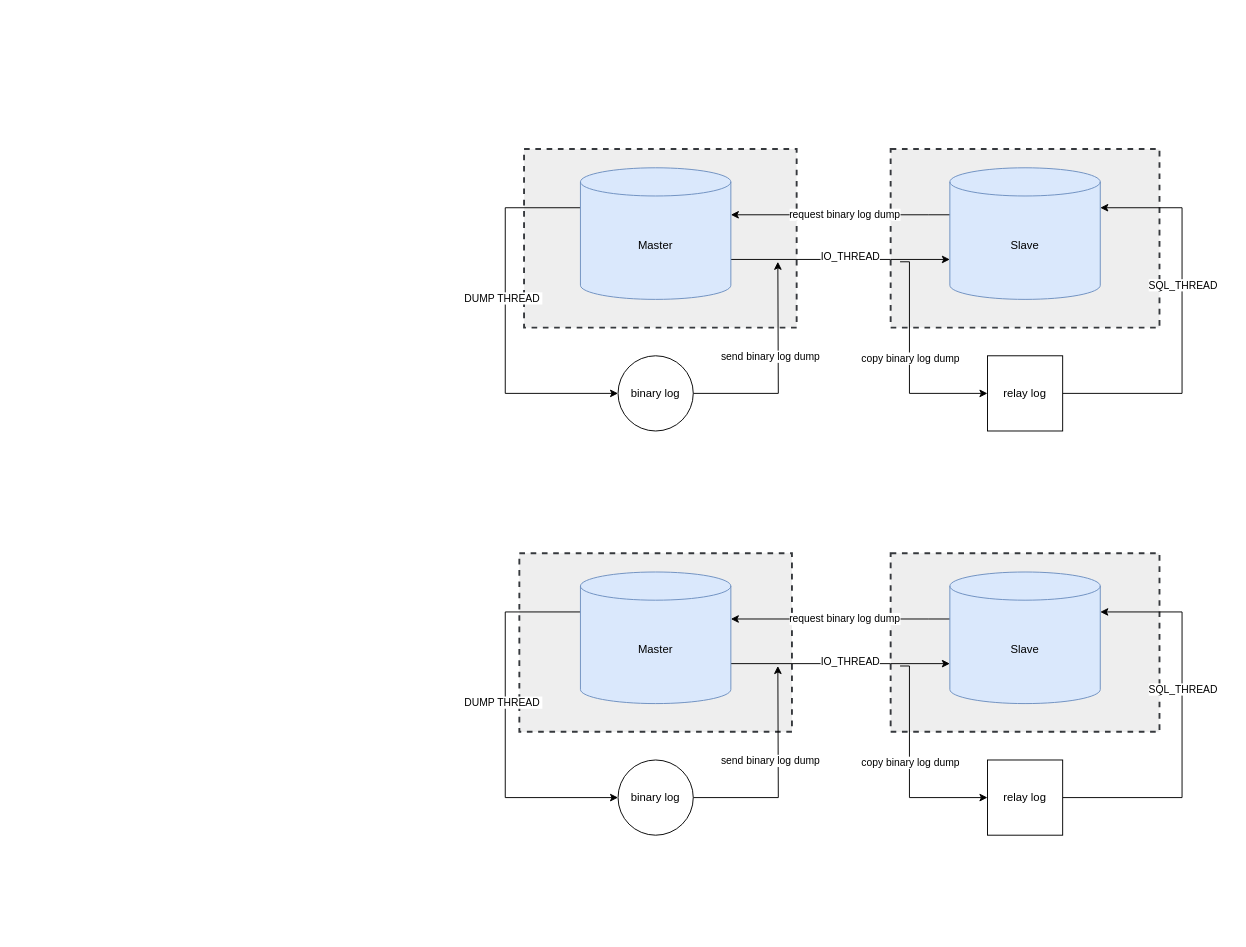
Above: master-slave.drawio in clemenza/my-own-storm (draw.io), before the change. Source tidied: cells renumbered, new cells numbered last; positions are measured from the earlier drawing's top-left corner, leaving out a move shared by most shapes. Both pictures are drawn from the tidied source at 94%, with x=0, y=0 at pixel (505, 149).
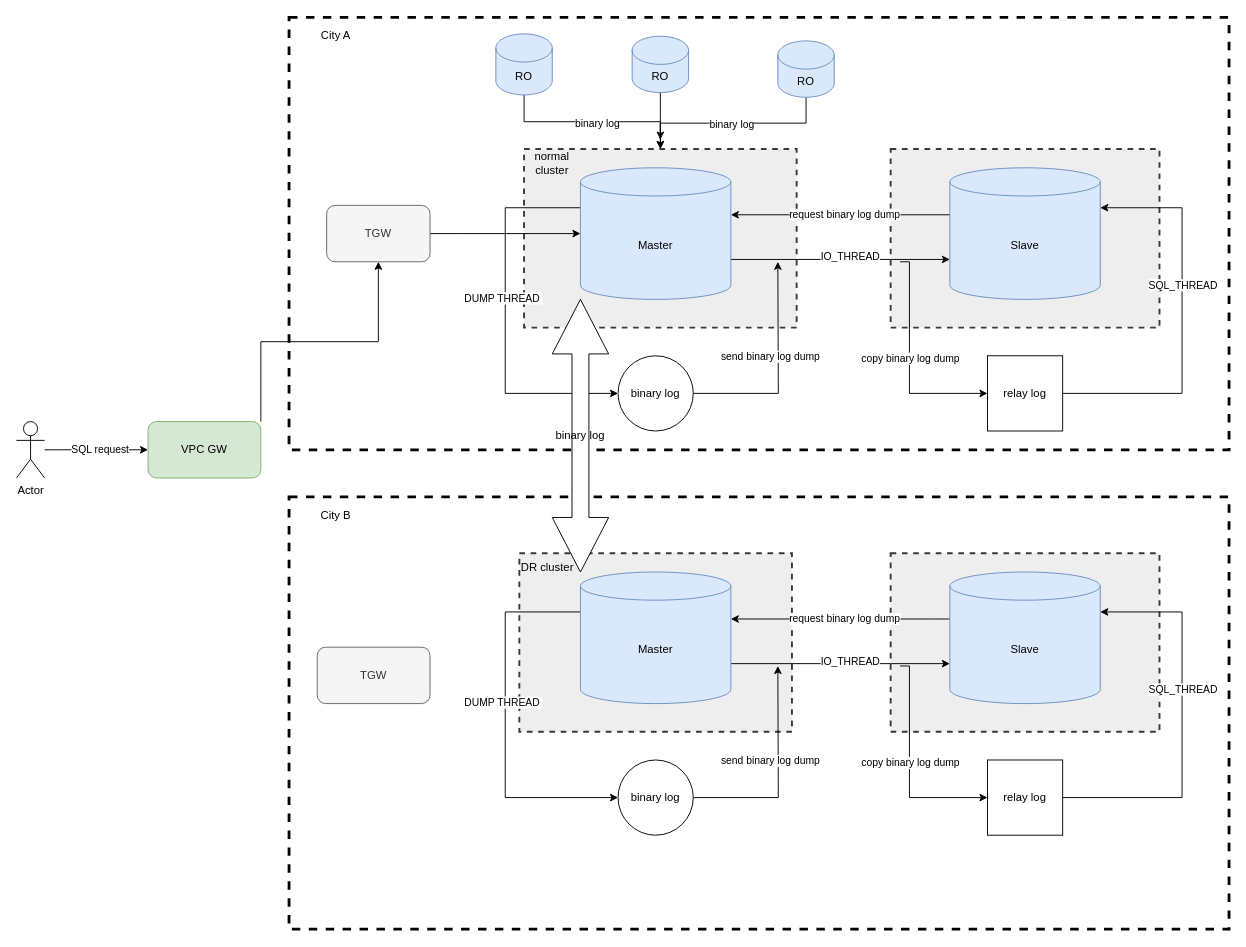
After the change.

Unchanged cells that the change refers to:
```xml
<mxCell id="3" style="rounded=0;whiteSpace=wrap;html=1;dashed=1;strokeWidth=2;fillColor=#eeeeee;strokeColor=#36393d;" parent="1" vertex="1">
  <mxGeometry x="20" width="290" height="190" as="geometry" />
</mxCell>
<mxCell id="10" value="Master" style="shape=cylinder3;whiteSpace=wrap;html=1;boundedLbl=1;backgroundOutline=1;size=15;fillColor=#dae8fc;strokeColor=#6c8ebf;" parent="1" vertex="1">
  <mxGeometry x="80" y="20" width="160" height="140" as="geometry" />
</mxCell>
```

The edit, as a diff of the source:
```diff
@@
+    <mxCell id="38" style="rounded=0;whiteSpace=wrap;html=1;dashed=1;strokeWidth=3;" parent="1" vertex="1">
+      <mxGeometry x="-230" y="370" width="1000" height="460" as="geometry" />
+    </mxCell>
+    <mxCell id="39" style="rounded=0;whiteSpace=wrap;html=1;dashed=1;strokeWidth=3;" parent="1" vertex="1">
+      <mxGeometry x="-230" y="-140" width="1000" height="460" as="geometry" />
+    </mxCell>
@@
+    <mxCell id="40" value="binary log" style="shape=doubleArrow;direction=south;whiteSpace=wrap;html=1;" parent="1" vertex="1">
+      <mxGeometry x="50" y="160" width="60" height="290" as="geometry" />
+    </mxCell>
+    <mxCell id="41" style="edgeStyle=orthogonalEdgeStyle;rounded=0;jettySize=auto;html=1;" parent="1" edge="1" source="43" target="3">
+      <mxGeometry relative="1" as="geometry" />
+    </mxCell>
+    <mxCell id="42" value="binary log" style="edgeLabel;html=1;align=center;verticalAlign=middle;" parent="41" vertex="1">
+      <mxGeometry x="0.02" y="1" relative="1" as="geometry" />
+    </mxCell>
+    <mxCell id="43" value="RO" style="shape=cylinder3;whiteSpace=wrap;html=1;boundedLbl=1;backgroundOutline=1;size=15;fillColor=#dae8fc;strokeColor=#6c8ebf;" parent="1" vertex="1">
+      <mxGeometry x="290" y="-115" width="60" height="60" as="geometry" />
+    </mxCell>
+    <mxCell id="44" style="edgeStyle=orthogonalEdgeStyle;rounded=0;jettySize=auto;html=1;exitX=0.5;exitY=1;exitDx=0;exitDy=0;exitPerimeter=0;" parent="1" edge="1" source="45">
+      <mxGeometry relative="1" as="geometry">
+        <mxPoint x="165" y="-10" as="targetPoint" />
+      </mxGeometry>
+    </mxCell>
+    <mxCell id="45" value="RO" style="shape=cylinder3;whiteSpace=wrap;html=1;boundedLbl=1;backgroundOutline=1;size=15;fillColor=#dae8fc;strokeColor=#6c8ebf;" parent="1" vertex="1">
+      <mxGeometry x="135" y="-120" width="60" height="60" as="geometry" />
+    </mxCell>
+    <mxCell id="46" style="edgeStyle=orthogonalEdgeStyle;rounded=0;jettySize=auto;html=1;entryX=0.5;entryY=0;entryDx=0;entryDy=0;" parent="1" edge="1" source="48" target="3">
+      <mxGeometry relative="1" as="geometry">
+        <Array as="points">
+          <mxPoint x="20" y="-29" />
+          <mxPoint x="165" y="-29" />
+        </Array>
+      </mxGeometry>
+    </mxCell>
+    <mxCell id="47" value="binary log" style="edgeLabel;html=1;align=center;verticalAlign=middle;" parent="46" vertex="1">
+      <mxGeometry x="0.05" y="-1" relative="1" as="geometry" />
+    </mxCell>
+    <mxCell id="48" value="RO" style="shape=cylinder3;whiteSpace=wrap;html=1;boundedLbl=1;backgroundOutline=1;size=15;fillColor=#dae8fc;strokeColor=#6c8ebf;" parent="1" vertex="1">
+      <mxGeometry x="-10" y="-122.5" width="60" height="65" as="geometry" />
+    </mxCell>
+    <mxCell id="49" value="normal cluster" style="text;html=1;strokeColor=none;fillColor=none;align=center;verticalAlign=middle;whiteSpace=wrap;rounded=0;" parent="1" vertex="1">
+      <mxGeometry x="20" width="60" height="30" as="geometry" />
+    </mxCell>
+    <mxCell id="50" value="DR cluster" style="text;html=1;strokeColor=none;fillColor=none;align=center;verticalAlign=middle;whiteSpace=wrap;rounded=0;" parent="1" vertex="1">
+      <mxGeometry x="15" y="430" width="60" height="30" as="geometry" />
+    </mxCell>
+    <mxCell id="51" style="edgeStyle=orthogonalEdgeStyle;rounded=0;jettySize=auto;html=1;exitX=1;exitY=0.5;exitDx=0;exitDy=0;" parent="1" edge="1" source="52" target="10">
+      <mxGeometry relative="1" as="geometry">
+        <Array as="points">
+          <mxPoint x="-50" y="90" />
+          <mxPoint x="-50" y="90" />
+        </Array>
+      </mxGeometry>
+    </mxCell>
+    <mxCell id="52" value="TGW" style="rounded=1;whiteSpace=wrap;html=1;fillColor=#f5f5f5;fontColor=#333333;strokeColor=#666666;" parent="1" vertex="1">
+      <mxGeometry x="-190" y="60" width="110" height="60" as="geometry" />
+    </mxCell>
+    <mxCell id="53" value="TGW" style="rounded=1;whiteSpace=wrap;html=1;fillColor=#f5f5f5;fontColor=#333333;strokeColor=#666666;" parent="1" vertex="1">
+      <mxGeometry x="-200" y="530" width="120" height="60" as="geometry" />
+    </mxCell>
+    <mxCell id="54" style="edgeStyle=orthogonalEdgeStyle;rounded=0;jettySize=auto;html=1;exitX=1;exitY=0;exitDx=0;exitDy=0;entryX=0.5;entryY=1;entryDx=0;entryDy=0;" parent="1" edge="1" source="55" target="52">
+      <mxGeometry relative="1" as="geometry" />
+    </mxCell>
+    <mxCell id="55" value="VPC GW" style="rounded=1;whiteSpace=wrap;html=1;fillColor=#d5e8d4;strokeColor=#82b366;" parent="1" vertex="1">
+      <mxGeometry x="-380" y="290" width="120" height="60" as="geometry" />
+    </mxCell>
+    <mxCell id="56" style="edgeStyle=orthogonalEdgeStyle;rounded=0;jettySize=auto;html=1;" parent="1" edge="1" source="58" target="55">
+      <mxGeometry relative="1" as="geometry">
+        <Array as="points">
+          <mxPoint x="-460" y="320" />
+          <mxPoint x="-460" y="320" />
+        </Array>
+      </mxGeometry>
+    </mxCell>
+    <mxCell id="57" value="SQL request" style="edgeLabel;html=1;align=center;verticalAlign=middle;" parent="56" vertex="1">
+      <mxGeometry x="0.05" y="1" relative="1" as="geometry" />
+    </mxCell>
+    <mxCell id="58" value="Actor" style="shape=umlActor;verticalLabelPosition=bottom;verticalAlign=top;html=1;outlineConnect=0;" parent="1" vertex="1">
+      <mxGeometry x="-520" y="290" width="30" height="60" as="geometry" />
+    </mxCell>
+    <mxCell id="59" value="City A" style="text;html=1;strokeColor=none;fillColor=none;align=center;verticalAlign=middle;whiteSpace=wrap;rounded=0;" parent="1" vertex="1">
+      <mxGeometry x="-230" y="-140" width="100" height="40" as="geometry" />
+    </mxCell>
+    <mxCell id="60" value="City B" style="text;html=1;strokeColor=none;fillColor=none;align=center;verticalAlign=middle;whiteSpace=wrap;rounded=0;" parent="1" vertex="1">
+      <mxGeometry x="-230" y="370" width="100" height="40" as="geometry" />
+    </mxCell>
```
